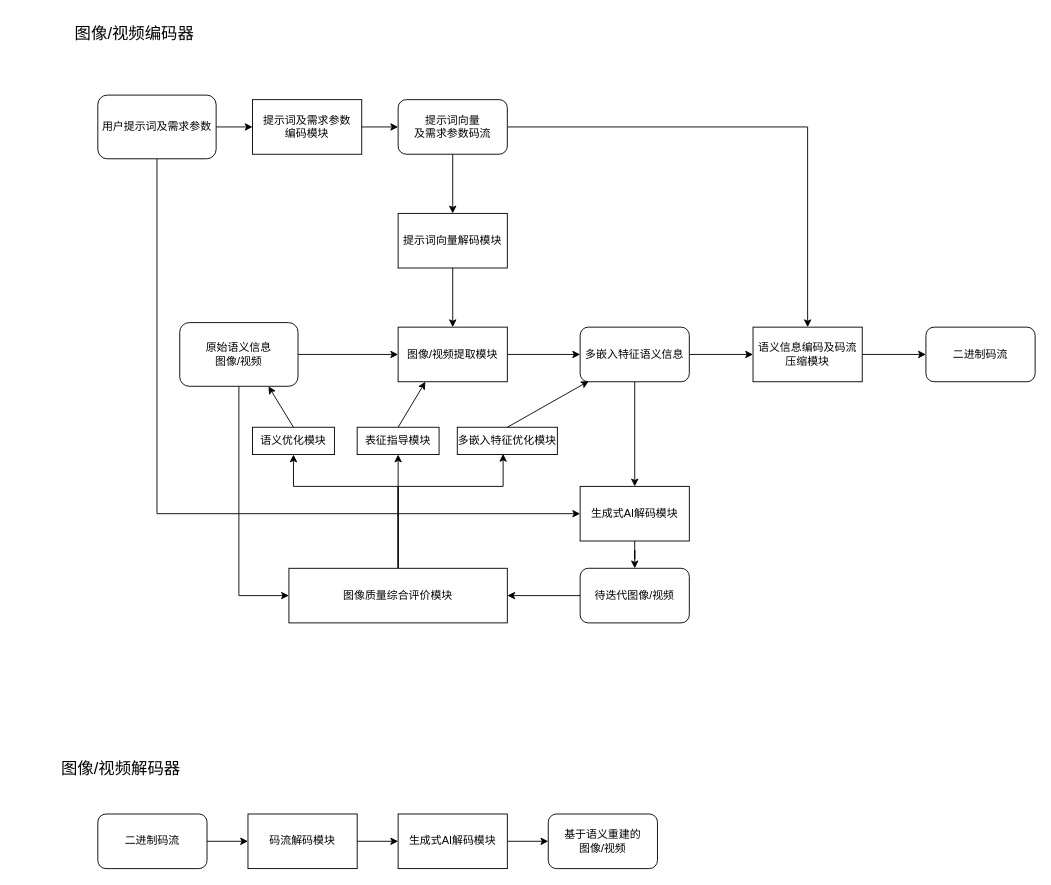
Above: 基于生成式AI的多路径多嵌入图像视频编码系统.drawio in hrf666666/FlowCharts (draw.io), before the change. Source tidied: cells renumbered, new cells numbered last; positions are measured from the earlier drawing's top-left corner, leaving out a move shared by most shapes. Both pictures are drawn from the tidied source at 91%, with x=0, y=0 at pixel (52, 15).
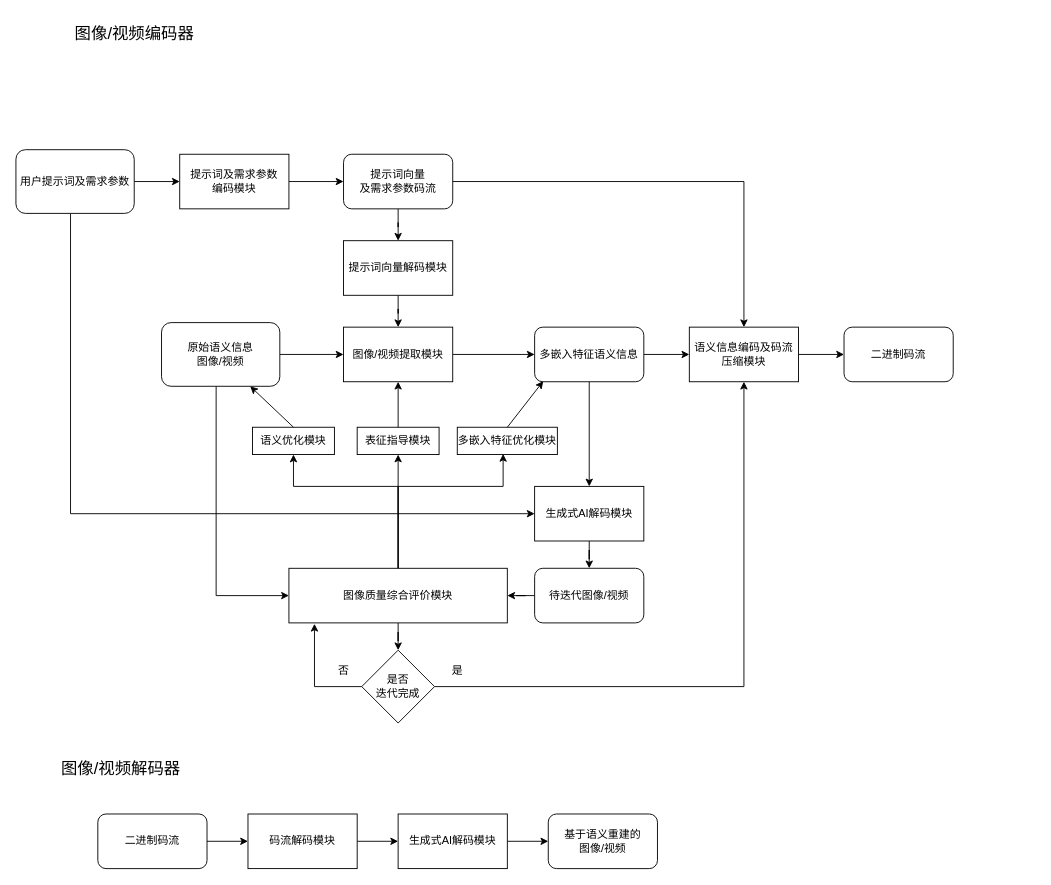
The same page after the edit.

Commit message:
更新基于生成式AI的多路径多嵌入图像视频编码系统.drawio

The change refers to these unchanged cells:
```xml
<mxCell id="29" value="图像质量综合评价模块" style="rounded=0;whiteSpace=wrap;html=1;" parent="1" vertex="1">
  <mxGeometry x="260" y="607" width="240" height="60" as="geometry" />
</mxCell>
```

Diff of the diagram source:
```diff
@@
     <mxCell id="3" style="edgeStyle=orthogonalEdgeStyle;rounded=0;jettySize=auto;html=1;entryX=0;entryY=0.5;entryDx=0;entryDy=0;" parent="1" edge="1" source="4" target="29">
-      <mxGeometry relative="1" as="geometry" />
+      <mxGeometry relative="1" as="geometry">
+        <Array as="points">
+          <mxPoint x="180" y="637" />
+        </Array>
+      </mxGeometry>
     </mxCell>
     <mxCell id="4" value="原始语义信息&lt;br&gt;图像/视频" style="rounded=1;whiteSpace=wrap;html=1;" parent="1" vertex="1">
-      <mxGeometry x="140" y="337" width="130" height="70" as="geometry" />
+      <mxGeometry x="120" y="337" width="130" height="70" as="geometry" />
     </mxCell>
@@
     <mxCell id="6" value="图像/视频提取模块" style="rounded=0;whiteSpace=wrap;html=1;" parent="1" vertex="1">
-      <mxGeometry x="380" y="342" width="120" height="60" as="geometry" />
+      <mxGeometry x="320" y="342" width="120" height="60" as="geometry" />
     </mxCell>
@@
     <mxCell id="9" value="多嵌入特征语义信息" style="rounded=1;whiteSpace=wrap;html=1;" parent="1" vertex="1">
-      <mxGeometry x="580" y="342" width="120" height="60" as="geometry" />
+      <mxGeometry x="530" y="342" width="120" height="60" as="geometry" />
     </mxCell>
@@
     <mxCell id="11" style="edgeStyle=orthogonalEdgeStyle;rounded=0;jettySize=auto;html=1;entryX=0;entryY=0.5;entryDx=0;entryDy=0;" parent="1" edge="1" source="12" target="24">
       <mxGeometry relative="1" as="geometry">
         <Array as="points">
-          <mxPoint x="115" y="547" />
+          <mxPoint x="20" y="547" />
         </Array>
       </mxGeometry>
     </mxCell>
     <mxCell id="12" value="用户提示词及&lt;span style=&quot;background-color: initial;&quot;&gt;需求参数&lt;/span&gt;" style="rounded=1;whiteSpace=wrap;html=1;" parent="1" vertex="1">
-      <mxGeometry x="50" y="87" width="130" height="70" as="geometry" />
+      <mxGeometry x="-40" y="147" width="130" height="70" as="geometry" />
     </mxCell>
@@
     <mxCell id="14" value="提示词及需求参数&lt;div&gt;编码模块&lt;/div&gt;" style="rounded=0;whiteSpace=wrap;html=1;" parent="1" vertex="1">
-      <mxGeometry x="220" y="92" width="120" height="60" as="geometry" />
+      <mxGeometry x="140" y="152" width="120" height="60" as="geometry" />
     </mxCell>
@@
     <mxCell id="17" value="提示词向量&lt;div&gt;及需求参数码流&lt;/div&gt;" style="rounded=1;whiteSpace=wrap;html=1;" parent="1" vertex="1">
-      <mxGeometry x="380" y="92" width="120" height="60" as="geometry" />
+      <mxGeometry x="320" y="152" width="120" height="60" as="geometry" />
     </mxCell>
@@
     <mxCell id="19" value="提示词向量解码模块" style="rounded=0;whiteSpace=wrap;html=1;" parent="1" vertex="1">
-      <mxGeometry x="380" y="217" width="120" height="60" as="geometry" />
+      <mxGeometry x="320" y="247" width="120" height="60" as="geometry" />
     </mxCell>
@@
     <mxCell id="21" value="语义信息编码及码流压缩模块" style="rounded=0;whiteSpace=wrap;html=1;" parent="1" vertex="1">
-      <mxGeometry x="770" y="342" width="120" height="60" as="geometry" />
+      <mxGeometry x="700" y="342" width="120" height="60" as="geometry" />
     </mxCell>
     <mxCell id="22" value="二进制码流" style="rounded=1;whiteSpace=wrap;html=1;" parent="1" vertex="1">
-      <mxGeometry x="960" y="342" width="120" height="60" as="geometry" />
+      <mxGeometry x="870" y="342" width="120" height="60" as="geometry" />
     </mxCell>
@@
     <mxCell id="24" value="生成式AI解码模块" style="rounded=0;whiteSpace=wrap;html=1;" parent="1" vertex="1">
-      <mxGeometry x="580" y="517" width="120" height="60" as="geometry" />
+      <mxGeometry x="530" y="517" width="120" height="60" as="geometry" />
     </mxCell>
@@
     <mxCell id="26" value="待迭代图像/视频" style="rounded=1;whiteSpace=wrap;html=1;" parent="1" vertex="1">
-      <mxGeometry x="580" y="607" width="120" height="60" as="geometry" />
+      <mxGeometry x="530" y="607" width="120" height="60" as="geometry" />
     </mxCell>
@@
+    <mxCell id="46" style="edgeStyle=orthogonalEdgeStyle;rounded=0;jettySize=auto;html=1;entryX=0.5;entryY=0;entryDx=0;entryDy=0;" parent="1" edge="1" source="29" target="48">
+      <mxGeometry relative="1" as="geometry" />
+    </mxCell>
@@
-    <mxCell id="35" style="endArrow=classic;html=1;rounded=0;entryX=0.25;entryY=1;entryDx=0;entryDy=0;exitX=0.5;exitY=0;exitDx=0;exitDy=0;" parent="1" edge="1" target="6">
+    <mxCell id="35" style="endArrow=classic;html=1;rounded=0;entryX=0.5;entryY=1;entryDx=0;entryDy=0;exitX=0.5;exitY=0;exitDx=0;exitDy=0;" parent="1" edge="1" target="6">
       <mxGeometry relative="1" as="geometry">
         <mxPoint x="380" y="452" as="sourcePoint" />
       </mxGeometry>
     </mxCell>
@@
+    <mxCell id="47" style="edgeStyle=orthogonalEdgeStyle;rounded=0;jettySize=auto;html=1;entryX=0.5;entryY=1;entryDx=0;entryDy=0;" parent="1" edge="1" source="48" target="21">
+      <mxGeometry relative="1" as="geometry" />
+    </mxCell>
+    <mxCell id="48" value="是否&lt;div&gt;迭代完成&lt;/div&gt;" style="rhombus;whiteSpace=wrap;html=1;" parent="1" vertex="1">
+      <mxGeometry x="340" y="697" width="80" height="80" as="geometry" />
+    </mxCell>
+    <mxCell id="49" style="edgeStyle=orthogonalEdgeStyle;rounded=0;jettySize=auto;html=1;entryX=0.117;entryY=1.017;entryDx=0;entryDy=0;entryPerimeter=0;" parent="1" edge="1" source="48" target="29">
+      <mxGeometry relative="1" as="geometry">
+        <Array as="points">
+          <mxPoint x="288" y="737" />
+        </Array>
+      </mxGeometry>
+    </mxCell>
+    <mxCell id="50" value="否" style="text;html=1;align=center;verticalAlign=middle;strokeColor=none;fillColor=none;" parent="1" vertex="1">
+      <mxGeometry x="300" y="705" width="40" height="30" as="geometry" />
+    </mxCell>
+    <mxCell id="51" value="是" style="text;html=1;align=center;verticalAlign=middle;strokeColor=none;fillColor=none;" parent="1" vertex="1">
+      <mxGeometry x="425" y="705" width="40" height="30" as="geometry" />
+    </mxCell>
```
